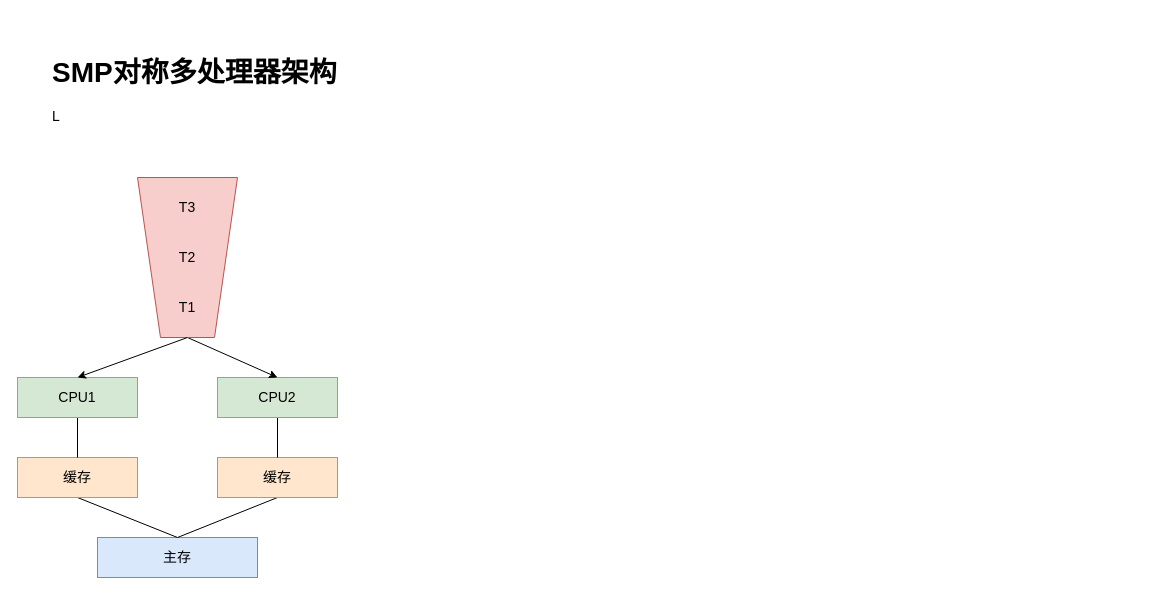
The draw.io diagram page "CPU" (2 of 2) of Draw.io/OperatingSystem.drawio in DepInjoy/geektime, before the edit. Source tidied: cells renumbered, new cells numbered last; positions are measured from the earlier drawing's top-left corner, leaving out a move shared by most shapes. Both pictures are drawn from the tidied source at 100%, with x=0, y=0 at pixel (17, 47).
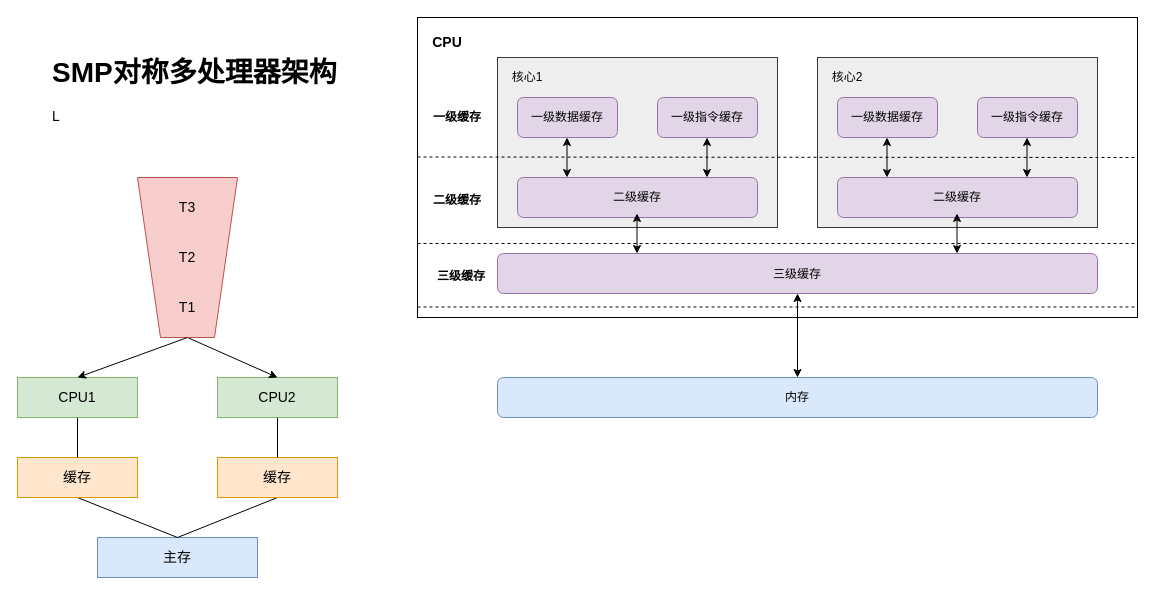
After the change.

What changed in the source:
```diff
@@
+    <mxCell id="18" style="rounded=0;whiteSpace=wrap;html=1;fillColor=#eeeeee;strokeColor=#36393d;" parent="1" vertex="1">
+      <mxGeometry x="480" y="10" width="280" height="170" as="geometry" />
+    </mxCell>
@@
+    <mxCell id="19" style="rounded=0;whiteSpace=wrap;html=1;fillColor=none;" parent="1" vertex="1">
+      <mxGeometry x="400" y="-30" width="720" height="300" as="geometry" />
+    </mxCell>
+    <mxCell id="20" value="二级缓存" style="rounded=1;whiteSpace=wrap;html=1;fillColor=#e1d5e7;strokeColor=#9673a6;" parent="1" vertex="1">
+      <mxGeometry x="500" y="130" width="240" height="40" as="geometry" />
+    </mxCell>
+    <mxCell id="21" value="一级数据缓存" style="rounded=1;whiteSpace=wrap;html=1;fillColor=#e1d5e7;strokeColor=#9673a6;" parent="1" vertex="1">
+      <mxGeometry x="500" y="50" width="100" height="40" as="geometry" />
+    </mxCell>
+    <mxCell id="22" value="一级指令缓存" style="rounded=1;whiteSpace=wrap;html=1;fillColor=#e1d5e7;strokeColor=#9673a6;" parent="1" vertex="1">
+      <mxGeometry x="640" y="50" width="100" height="40" as="geometry" />
+    </mxCell>
+    <mxCell id="23" value="&lt;b&gt;&lt;font style=&quot;font-size: 14px;&quot;&gt;CPU&lt;/font&gt;&lt;/b&gt;" style="text;html=1;strokeColor=none;fillColor=none;align=center;verticalAlign=middle;whiteSpace=wrap;rounded=0;" parent="1" vertex="1">
+      <mxGeometry x="400" y="-20" width="60" height="30" as="geometry" />
+    </mxCell>
+    <mxCell id="24" value="&lt;b&gt;一级缓存&lt;/b&gt;" style="text;html=1;strokeColor=none;fillColor=none;align=center;verticalAlign=middle;whiteSpace=wrap;rounded=0;" parent="1" vertex="1">
+      <mxGeometry x="410" y="55" width="60" height="30" as="geometry" />
+    </mxCell>
+    <mxCell id="25" value="&lt;b&gt;二级缓存&lt;/b&gt;" style="text;html=1;strokeColor=none;fillColor=none;align=center;verticalAlign=middle;whiteSpace=wrap;rounded=0;" parent="1" vertex="1">
+      <mxGeometry x="410" y="135" width="60" height="35" as="geometry" />
+    </mxCell>
+    <mxCell id="26" value="核心1" style="text;html=1;strokeColor=none;fillColor=none;align=center;verticalAlign=middle;whiteSpace=wrap;rounded=0;" parent="1" vertex="1">
+      <mxGeometry x="480" y="20" width="60" height="20" as="geometry" />
+    </mxCell>
+    <mxCell id="27" style="rounded=0;whiteSpace=wrap;html=1;fillColor=#eeeeee;strokeColor=#36393d;" parent="1" vertex="1">
+      <mxGeometry x="800" y="10" width="280" height="170" as="geometry" />
+    </mxCell>
+    <mxCell id="28" value="二级缓存" style="rounded=1;whiteSpace=wrap;html=1;fillColor=#e1d5e7;strokeColor=#9673a6;" parent="1" vertex="1">
+      <mxGeometry x="820" y="130" width="240" height="40" as="geometry" />
+    </mxCell>
+    <mxCell id="29" value="一级数据缓存" style="rounded=1;whiteSpace=wrap;html=1;fillColor=#e1d5e7;strokeColor=#9673a6;" parent="1" vertex="1">
+      <mxGeometry x="820" y="50" width="100" height="40" as="geometry" />
+    </mxCell>
+    <mxCell id="30" value="一级指令缓存" style="rounded=1;whiteSpace=wrap;html=1;fillColor=#e1d5e7;strokeColor=#9673a6;" parent="1" vertex="1">
+      <mxGeometry x="960" y="50" width="100" height="40" as="geometry" />
+    </mxCell>
+    <mxCell id="31" value="核心2" style="text;html=1;strokeColor=none;fillColor=none;align=center;verticalAlign=middle;whiteSpace=wrap;rounded=0;" parent="1" vertex="1">
+      <mxGeometry x="800" y="20" width="60" height="20" as="geometry" />
+    </mxCell>
+    <mxCell id="32" style="endArrow=none;dashed=1;html=1;rounded=0;" parent="1" edge="1">
+      <mxGeometry relative="1" as="geometry">
+        <mxPoint x="400" y="109.5" as="sourcePoint" />
+        <mxPoint x="1120" y="110" as="targetPoint" />
+      </mxGeometry>
+    </mxCell>
+    <mxCell id="33" value="&lt;font style=&quot;font-size: 12px;&quot;&gt;三级缓存&lt;/font&gt;" style="rounded=1;whiteSpace=wrap;html=1;fontSize=14;fillColor=#e1d5e7;strokeColor=#9673a6;" parent="1" vertex="1">
+      <mxGeometry x="480" y="206" width="600" height="40" as="geometry" />
+    </mxCell>
+    <mxCell id="34" style="endArrow=none;dashed=1;html=1;rounded=0;fontSize=12;" parent="1" edge="1">
+      <mxGeometry relative="1" as="geometry">
+        <mxPoint x="400" y="196" as="sourcePoint" />
+        <mxPoint x="1120" y="196" as="targetPoint" />
+      </mxGeometry>
+    </mxCell>
+    <mxCell id="35" value="内存" style="rounded=1;whiteSpace=wrap;html=1;fontSize=12;fillColor=#dae8fc;strokeColor=#6c8ebf;" parent="1" vertex="1">
+      <mxGeometry x="480" y="330" width="600" height="40" as="geometry" />
+    </mxCell>
+    <mxCell id="36" style="endArrow=classic;startArrow=classic;html=1;rounded=0;fontSize=12;" parent="1" edge="1" source="35" target="33">
+      <mxGeometry relative="1" as="geometry" />
+    </mxCell>
+    <mxCell id="37" style="endArrow=none;dashed=1;html=1;rounded=0;fontSize=12;" parent="1" edge="1">
+      <mxGeometry relative="1" as="geometry">
+        <mxPoint x="400" y="259.5" as="sourcePoint" />
+        <mxPoint x="1120" y="259.5" as="targetPoint" />
+      </mxGeometry>
+    </mxCell>
+    <mxCell id="38" value="&lt;b&gt;三级缓存&lt;/b&gt;" style="text;html=1;strokeColor=none;fillColor=none;align=center;verticalAlign=middle;whiteSpace=wrap;rounded=0;" parent="1" vertex="1">
+      <mxGeometry x="414" y="211" width="60" height="35" as="geometry" />
+    </mxCell>
+    <mxCell id="39" style="endArrow=classic;startArrow=classic;html=1;rounded=0;fontSize=12;" parent="1" edge="1">
+      <mxGeometry relative="1" as="geometry">
+        <mxPoint x="1009.5" y="130" as="sourcePoint" />
+        <mxPoint x="1009.5" y="90" as="targetPoint" />
+      </mxGeometry>
+    </mxCell>
+    <mxCell id="40" style="endArrow=classic;startArrow=classic;html=1;rounded=0;fontSize=12;" parent="1" edge="1">
+      <mxGeometry relative="1" as="geometry">
+        <mxPoint x="869.5" y="130" as="sourcePoint" />
+        <mxPoint x="869.5" y="90" as="targetPoint" />
+      </mxGeometry>
+    </mxCell>
+    <mxCell id="41" style="endArrow=classic;startArrow=classic;html=1;rounded=0;fontSize=12;" parent="1" edge="1">
+      <mxGeometry relative="1" as="geometry">
+        <mxPoint x="689.5" y="130" as="sourcePoint" />
+        <mxPoint x="689.5" y="90" as="targetPoint" />
+      </mxGeometry>
+    </mxCell>
+    <mxCell id="42" style="endArrow=classic;startArrow=classic;html=1;rounded=0;fontSize=12;" parent="1" edge="1">
+      <mxGeometry relative="1" as="geometry">
+        <mxPoint x="549.5" y="130" as="sourcePoint" />
+        <mxPoint x="549.5" y="90" as="targetPoint" />
+      </mxGeometry>
+    </mxCell>
+    <mxCell id="43" style="endArrow=classic;startArrow=classic;html=1;rounded=0;fontSize=12;" parent="1" edge="1">
+      <mxGeometry relative="1" as="geometry">
+        <mxPoint x="939.5" y="206" as="sourcePoint" />
+        <mxPoint x="939.5" y="166" as="targetPoint" />
+      </mxGeometry>
+    </mxCell>
+    <mxCell id="44" style="endArrow=classic;startArrow=classic;html=1;rounded=0;fontSize=12;" parent="1" edge="1">
+      <mxGeometry relative="1" as="geometry">
+        <mxPoint x="619.5" y="206" as="sourcePoint" />
+        <mxPoint x="619.5" y="166" as="targetPoint" />
+      </mxGeometry>
+    </mxCell>
```
